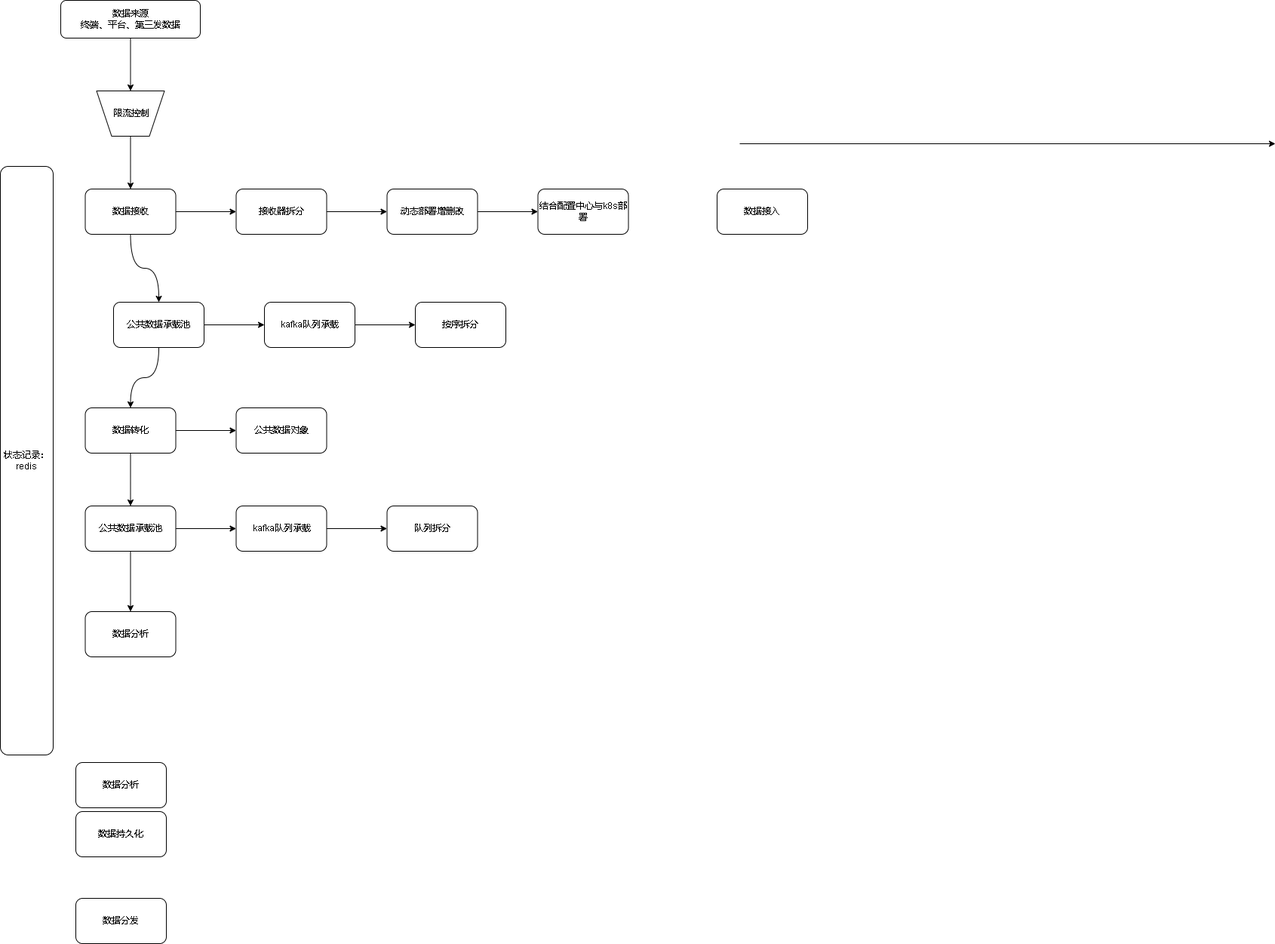
Above: 808后台架构.drawio.png in xktder/draw (draw.io), before the change. Source tidied: cells renumbered, new cells last; positions are measured from the earlier drawing's top-left corner, leaving out a move shared by most shapes. Source of this version:
```xml
<mxGraphModel>
  <root>
    <mxCell id="0" />
    <mxCell id="1" parent="0" />
    <mxCell id="2" style="edgeStyle=orthogonalEdgeStyle;rounded=0;jettySize=auto;html=1;entryX=0.5;entryY=1;entryDx=0;entryDy=0;curved=1;" parent="1" edge="1" source="3" target="29">
      <mxGeometry relative="1" as="geometry" />
    </mxCell>
    <mxCell id="3" value="数据来源&lt;br&gt;终端、平台、第三发数据" style="rounded=1;whiteSpace=wrap;html=1;" parent="1" vertex="1">
      <mxGeometry x="80" width="185" height="50" as="geometry" />
    </mxCell>
    <mxCell id="4" style="edgeStyle=orthogonalEdgeStyle;curved=1;rounded=0;jettySize=auto;html=1;" parent="1" edge="1" source="6" target="11">
      <mxGeometry relative="1" as="geometry" />
    </mxCell>
    <mxCell id="5" style="edgeStyle=orthogonalEdgeStyle;curved=1;rounded=0;jettySize=auto;html=1;entryX=0.5;entryY=0;entryDx=0;entryDy=0;" parent="1" edge="1" source="6" target="33">
      <mxGeometry relative="1" as="geometry" />
    </mxCell>
    <mxCell id="6" value="数据接收" style="rounded=1;whiteSpace=wrap;html=1;" parent="1" vertex="1">
      <mxGeometry x="112.5" y="250" width="120" height="60" as="geometry" />
    </mxCell>
    <mxCell id="7" value="数据分析" style="rounded=1;whiteSpace=wrap;html=1;" parent="1" vertex="1">
      <mxGeometry x="100" y="1010" width="120" height="60" as="geometry" />
    </mxCell>
    <mxCell id="8" value="数据持久化" style="rounded=1;whiteSpace=wrap;html=1;" parent="1" vertex="1">
      <mxGeometry x="100" y="1075" width="120" height="60" as="geometry" />
    </mxCell>
    <mxCell id="9" value="数据分发" style="rounded=1;whiteSpace=wrap;html=1;" parent="1" vertex="1">
      <mxGeometry x="100" y="1190" width="120" height="60" as="geometry" />
    </mxCell>
    <mxCell id="10" style="edgeStyle=orthogonalEdgeStyle;curved=1;rounded=0;jettySize=auto;html=1;" parent="1" edge="1" source="11" target="13">
      <mxGeometry relative="1" as="geometry" />
    </mxCell>
    <mxCell id="11" value="接收器拆分" style="whiteSpace=wrap;html=1;rounded=1;" parent="1" vertex="1">
      <mxGeometry x="312.5" y="250" width="120" height="60" as="geometry" />
    </mxCell>
    <mxCell id="12" style="edgeStyle=orthogonalEdgeStyle;curved=1;rounded=0;jettySize=auto;html=1;" parent="1" edge="1" source="13" target="14">
      <mxGeometry relative="1" as="geometry" />
    </mxCell>
    <mxCell id="13" value="动态部署增删改" style="whiteSpace=wrap;html=1;rounded=1;" parent="1" vertex="1">
      <mxGeometry x="512.5" y="250" width="120" height="60" as="geometry" />
    </mxCell>
    <mxCell id="14" value="结合配置中心与k8s部署" style="whiteSpace=wrap;html=1;rounded=1;" parent="1" vertex="1">
      <mxGeometry x="712.5" y="250" width="120" height="60" as="geometry" />
    </mxCell>
    <mxCell id="15" style="edgeStyle=orthogonalEdgeStyle;curved=1;rounded=0;jettySize=auto;html=1;" parent="1" edge="1" source="17" target="18">
      <mxGeometry relative="1" as="geometry" />
    </mxCell>
    <mxCell id="16" style="edgeStyle=orthogonalEdgeStyle;curved=1;rounded=0;jettySize=auto;html=1;" parent="1" edge="1" source="17" target="21">
      <mxGeometry relative="1" as="geometry" />
    </mxCell>
    <mxCell id="17" value="数据转化" style="whiteSpace=wrap;html=1;rounded=1;" parent="1" vertex="1">
      <mxGeometry x="112.5" y="540" width="120" height="60" as="geometry" />
    </mxCell>
    <mxCell id="18" value="公共数据对象" style="whiteSpace=wrap;html=1;rounded=1;" parent="1" vertex="1">
      <mxGeometry x="312.5" y="540" width="120" height="60" as="geometry" />
    </mxCell>
    <mxCell id="19" style="edgeStyle=orthogonalEdgeStyle;curved=1;rounded=0;jettySize=auto;html=1;" parent="1" edge="1" source="21" target="23">
      <mxGeometry relative="1" as="geometry" />
    </mxCell>
    <mxCell id="20" style="edgeStyle=orthogonalEdgeStyle;curved=1;rounded=0;jettySize=auto;html=1;" parent="1" edge="1" source="21" target="25">
      <mxGeometry relative="1" as="geometry" />
    </mxCell>
    <mxCell id="21" value="公共数据承载池" style="whiteSpace=wrap;html=1;rounded=1;" parent="1" vertex="1">
      <mxGeometry x="112.5" y="670" width="120" height="60" as="geometry" />
    </mxCell>
    <mxCell id="22" style="edgeStyle=orthogonalEdgeStyle;curved=1;rounded=0;jettySize=auto;html=1;" parent="1" edge="1" source="23" target="24">
      <mxGeometry relative="1" as="geometry" />
    </mxCell>
    <mxCell id="23" value="kafka队列承载" style="whiteSpace=wrap;html=1;rounded=1;" parent="1" vertex="1">
      <mxGeometry x="312.5" y="670" width="120" height="60" as="geometry" />
    </mxCell>
    <mxCell id="24" value="队列拆分" style="whiteSpace=wrap;html=1;rounded=1;" parent="1" vertex="1">
      <mxGeometry x="512.5" y="670" width="120" height="60" as="geometry" />
    </mxCell>
    <mxCell id="25" value="数据分析" style="whiteSpace=wrap;html=1;rounded=1;" parent="1" vertex="1">
      <mxGeometry x="112.5" y="810" width="120" height="60" as="geometry" />
    </mxCell>
    <mxCell id="26" value="数据接入" style="rounded=1;whiteSpace=wrap;html=1;" parent="1" vertex="1">
      <mxGeometry x="950" y="250" width="120" height="60" as="geometry" />
    </mxCell>
    <mxCell id="27" style="endArrow=classic;html=1;rounded=0;curved=1;" parent="1" edge="1">
      <mxGeometry relative="1" as="geometry">
        <mxPoint x="980" y="190" as="sourcePoint" />
        <mxPoint x="1690" y="190" as="targetPoint" />
      </mxGeometry>
    </mxCell>
    <mxCell id="28" style="edgeStyle=orthogonalEdgeStyle;curved=1;rounded=0;jettySize=auto;html=1;" parent="1" edge="1" source="29" target="6">
      <mxGeometry relative="1" as="geometry" />
    </mxCell>
    <mxCell id="29" style="shape=trapezoid;perimeter=trapezoidPerimeter;whiteSpace=wrap;html=1;fixedSize=1;rotation=-180;" parent="1" vertex="1">
      <mxGeometry x="127.5" y="120" width="90" height="60" as="geometry" />
    </mxCell>
    <mxCell id="30" value="限流控制" style="text;html=1;align=center;verticalAlign=middle;strokeColor=none;fillColor=none;" parent="1" vertex="1">
      <mxGeometry x="137.5" y="135" width="70" height="30" as="geometry" />
    </mxCell>
    <mxCell id="31" style="edgeStyle=orthogonalEdgeStyle;curved=1;rounded=0;jettySize=auto;html=1;" parent="1" edge="1" source="33" target="35">
      <mxGeometry relative="1" as="geometry" />
    </mxCell>
    <mxCell id="32" style="edgeStyle=orthogonalEdgeStyle;curved=1;rounded=0;jettySize=auto;html=1;" parent="1" edge="1" source="33" target="17">
      <mxGeometry relative="1" as="geometry" />
    </mxCell>
    <mxCell id="33" value="公共数据承载池" style="whiteSpace=wrap;html=1;rounded=1;" parent="1" vertex="1">
      <mxGeometry x="150" y="400" width="120" height="60" as="geometry" />
    </mxCell>
    <mxCell id="34" style="edgeStyle=orthogonalEdgeStyle;curved=1;rounded=0;jettySize=auto;html=1;" parent="1" edge="1" source="35" target="36">
      <mxGeometry relative="1" as="geometry" />
    </mxCell>
    <mxCell id="35" value="kafka队列承载" style="whiteSpace=wrap;html=1;rounded=1;" parent="1" vertex="1">
      <mxGeometry x="350" y="400" width="120" height="60" as="geometry" />
    </mxCell>
    <mxCell id="36" value="按序拆分" style="whiteSpace=wrap;html=1;rounded=1;" parent="1" vertex="1">
      <mxGeometry x="550" y="400" width="120" height="60" as="geometry" />
    </mxCell>
    <mxCell id="37" value="状态记录：&lt;br&gt;redis" style="rounded=1;whiteSpace=wrap;html=1;" parent="1" vertex="1">
      <mxGeometry y="220" width="70" height="780" as="geometry" />
    </mxCell>
  </root>
</mxGraphModel>
```
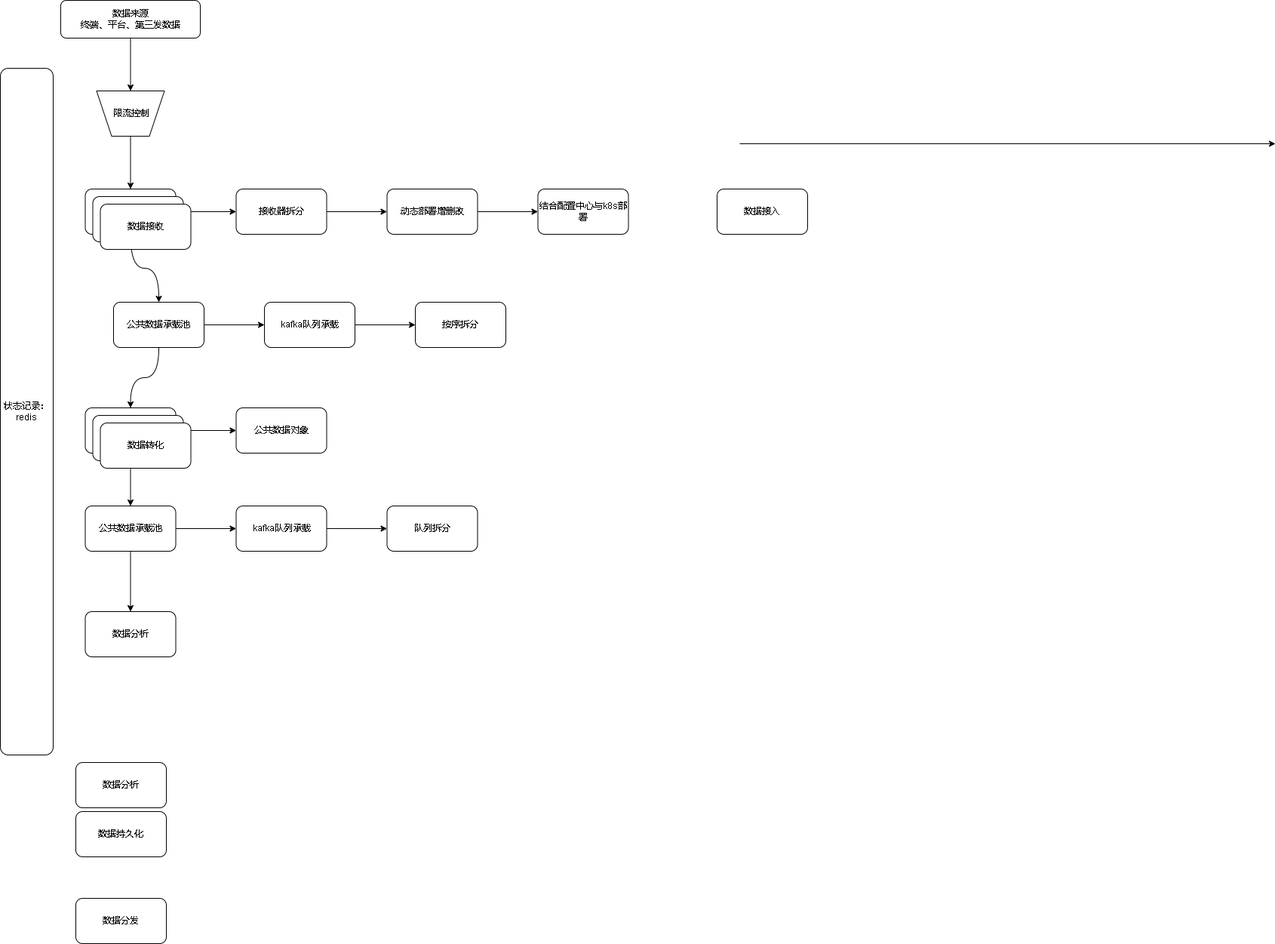
The same diagram one commit later.

Commit message:
更新808后台架构.drawio.png

Diff of the diagram source:
```diff
@@ -111,7 +111,19 @@
       <mxGeometry x="550" y="400" width="120" height="60" as="geometry" />
     </mxCell>
     <mxCell id="37" value="状态记录：&lt;br&gt;redis" style="rounded=1;whiteSpace=wrap;html=1;" parent="1" vertex="1">
-      <mxGeometry y="220" width="70" height="780" as="geometry" />
+      <mxGeometry y="90" width="70" height="910" as="geometry" />
     </mxCell>
+    <mxCell id="38" value="数据接收" style="rounded=1;whiteSpace=wrap;html=1;" parent="1" vertex="1">
+      <mxGeometry x="122.5" y="260" width="120" height="60" as="geometry" />
+    </mxCell>
+    <mxCell id="39" value="数据接收" style="rounded=1;whiteSpace=wrap;html=1;" parent="1" vertex="1">
+      <mxGeometry x="132.5" y="270" width="120" height="60" as="geometry" />
+    </mxCell>
+    <mxCell id="40" value="数据转化" style="whiteSpace=wrap;html=1;rounded=1;" parent="1" vertex="1">
+      <mxGeometry x="122.5" y="550" width="120" height="60" as="geometry" />
+    </mxCell>
+    <mxCell id="41" value="数据转化" style="whiteSpace=wrap;html=1;rounded=1;" parent="1" vertex="1">
+      <mxGeometry x="132.5" y="560" width="120" height="60" as="geometry" />
+    </mxCell>
   </root>
 </mxGraphModel>
```
